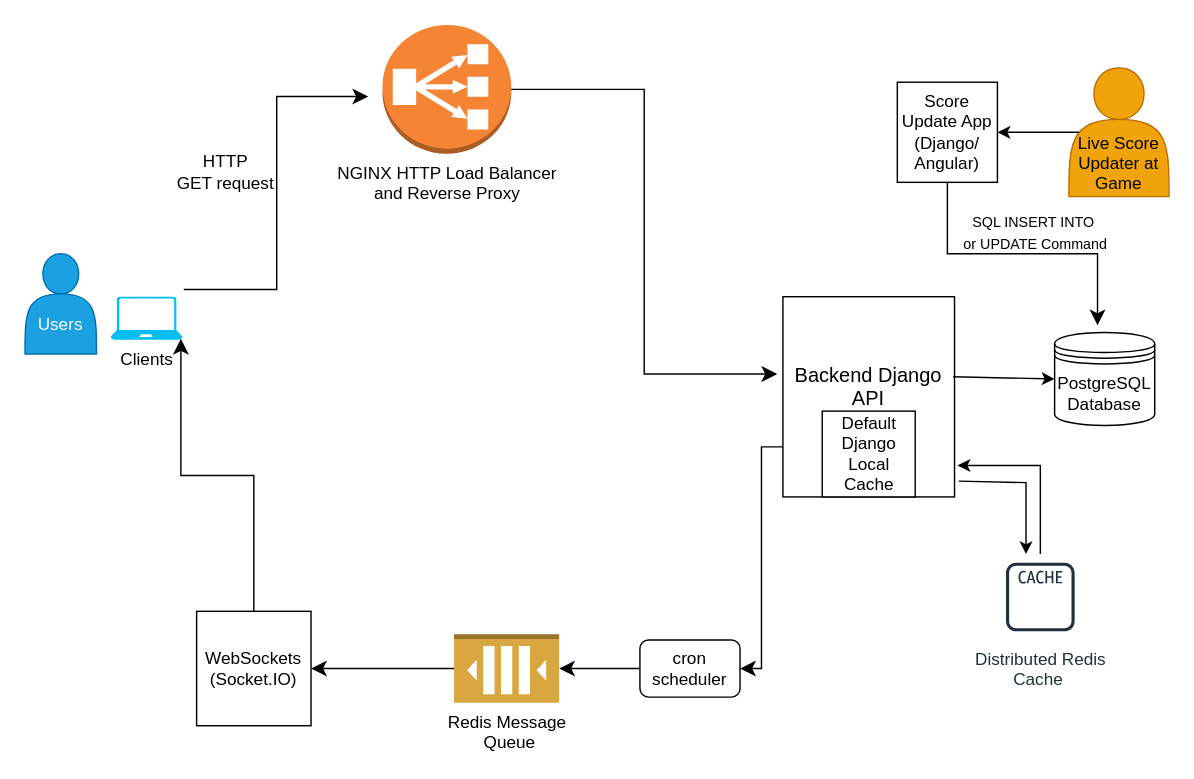
Above: OKCAppSysDesign.drawio in amankavil11/OKCThunderSoftwareProj (draw.io), before the change. Source tidied: cells renumbered, new cells numbered last; positions are measured from the earlier drawing's top-left corner, leaving out a move shared by most shapes. Both pictures are drawn from the tidied source at 143%, with x=0, y=0 at pixel (24, 24).
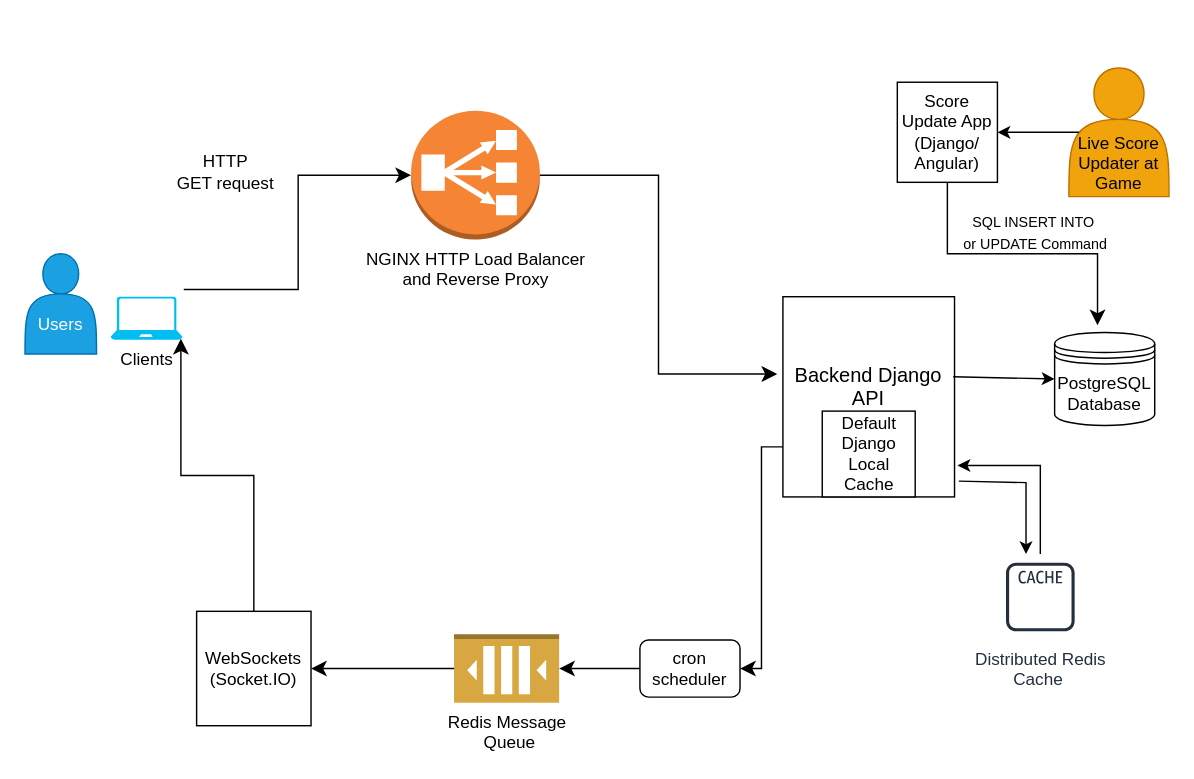
The same diagram, later.

The change refers to these unchanged cells:
```xml
<mxCell id="4" value="Clients" style="verticalLabelPosition=bottom;html=1;verticalAlign=top;align=center;strokeColor=none;fillColor=#00BEF2;shape=mxgraph.azure.laptop;" parent="1" vertex="1">
  <mxGeometry x="60" y="190" width="50" height="30" as="geometry" />
</mxCell>
```

The edit, as a diff of the source:
```diff
@@
     <mxCell id="5" value="NGINX HTTP Load Balancer &lt;br&gt;and Reverse Proxy" style="outlineConnect=0;dashed=0;verticalLabelPosition=bottom;verticalAlign=top;align=center;html=1;shape=mxgraph.aws3.classic_load_balancer;fillColor=#F58534;gradientColor=none;direction=east;" parent="1" vertex="1">
-      <mxGeometry x="250" width="90" height="90" as="geometry" />
+      <mxGeometry x="270" y="60" width="90" height="90" as="geometry" />
     </mxCell>
@@
-    <mxCell id="17" style="edgeStyle=elbowEdgeStyle;elbow=horizontal;endArrow=classic;html=1;curved=0;rounded=0;endSize=8;startSize=8;exitX=1.02;exitY=-0.167;exitDx=0;exitDy=0;exitPerimeter=0;" parent="1" edge="1" source="4">
-      <mxGeometry relative="1" as="geometry">
-        <mxPoint x="240" y="50" as="targetPoint" />
-      </mxGeometry>
+    <mxCell id="17" style="edgeStyle=elbowEdgeStyle;elbow=horizontal;endArrow=classic;html=1;curved=0;rounded=0;endSize=8;startSize=8;exitX=1.02;exitY=-0.167;exitDx=0;exitDy=0;exitPerimeter=0;entryX=0;entryY=0.5;entryDx=0;entryDy=0;entryPerimeter=0;" parent="1" edge="1" source="4" target="5">
+      <mxGeometry relative="1" as="geometry" />
     </mxCell>
```
